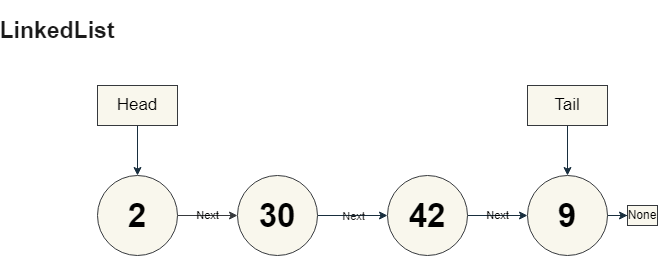
This is structures/linked_list.drawio.png from Burakherdogan/data_structures_and_algorithms, a draw.io export, as it was before one commit. Source tidied: cells renumbered, new cells last; positions are measured from the earlier drawing's top-left corner, leaving out a move shared by most shapes.
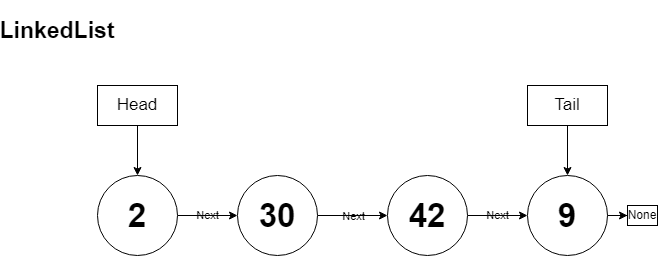
The same diagram one commit later.

The edit, as a diff of the source:
```diff
@@ -1,50 +1,50 @@
-<mxGraphModel background="#ffffff">
+<mxGraphModel>
   <root>
     <mxCell id="0" />
     <mxCell id="1" parent="0" />
-    <mxCell id="2" value="Next" style="edgeStyle=orthogonalEdgeStyle;rounded=0;jettySize=auto;html=1;labelBackgroundColor=none;strokeColor=#36393d;fontColor=default;fillColor=#cdeb8b;" parent="1" edge="1" source="3" target="6">
+    <mxCell id="2" value="Next" style="edgeStyle=orthogonalEdgeStyle;rounded=0;jettySize=auto;html=1;labelBackgroundColor=none;fontColor=default;" parent="1" edge="1" source="3" target="6">
       <mxGeometry relative="1" as="geometry" />
     </mxCell>
-    <mxCell id="3" value="&lt;b&gt;&lt;font style=&quot;font-size: 33px;&quot;&gt;2&lt;/font&gt;&lt;/b&gt;" style="ellipse;whiteSpace=wrap;html=1;fillColor=#f9f7ed;strokeColor=#36393d;labelBackgroundColor=none;" parent="1" vertex="1">
+    <mxCell id="3" value="&lt;b&gt;&lt;font style=&quot;font-size: 33px;&quot;&gt;2&lt;/font&gt;&lt;/b&gt;" style="ellipse;whiteSpace=wrap;html=1;labelBackgroundColor=none;" parent="1" vertex="1">
       <mxGeometry x="70" y="160" width="80" height="80" as="geometry" />
     </mxCell>
-    <mxCell id="4" style="edgeStyle=orthogonalEdgeStyle;rounded=0;jettySize=auto;html=1;labelBackgroundColor=none;strokeColor=#182E3E;fontColor=default;" parent="1" edge="1" source="6" target="8">
+    <mxCell id="4" style="edgeStyle=orthogonalEdgeStyle;rounded=0;jettySize=auto;html=1;labelBackgroundColor=none;fontColor=default;" parent="1" edge="1" source="6" target="8">
       <mxGeometry relative="1" as="geometry" />
     </mxCell>
-    <mxCell id="5" value="Next" style="edgeLabel;html=1;align=center;verticalAlign=middle;labelBackgroundColor=none;fontColor=#1A1A1A;" parent="4" vertex="1">
+    <mxCell id="5" value="Next" style="edgeLabel;html=1;align=center;verticalAlign=middle;labelBackgroundColor=none;" parent="4" vertex="1">
       <mxGeometry relative="1" as="geometry" />
     </mxCell>
-    <mxCell id="6" value="&lt;b&gt;&lt;font style=&quot;font-size: 33px;&quot;&gt;30&lt;/font&gt;&lt;/b&gt;" style="ellipse;whiteSpace=wrap;html=1;fillColor=#f9f7ed;strokeColor=#36393d;labelBackgroundColor=none;" parent="1" vertex="1">
+    <mxCell id="6" value="&lt;b&gt;&lt;font style=&quot;font-size: 33px;&quot;&gt;30&lt;/font&gt;&lt;/b&gt;" style="ellipse;whiteSpace=wrap;html=1;labelBackgroundColor=none;" parent="1" vertex="1">
       <mxGeometry x="210" y="160" width="80" height="80" as="geometry" />
     </mxCell>
-    <mxCell id="7" value="Next" style="edgeStyle=orthogonalEdgeStyle;rounded=0;jettySize=auto;html=1;labelBackgroundColor=none;strokeColor=#182E3E;fontColor=default;" parent="1" edge="1" source="8" target="10">
+    <mxCell id="7" value="Next" style="edgeStyle=orthogonalEdgeStyle;rounded=0;jettySize=auto;html=1;labelBackgroundColor=none;fontColor=default;" parent="1" edge="1" source="8" target="10">
       <mxGeometry relative="1" as="geometry" />
     </mxCell>
-    <mxCell id="8" value="&lt;b&gt;&lt;font style=&quot;font-size: 33px;&quot;&gt;42&lt;/font&gt;&lt;/b&gt;" style="ellipse;whiteSpace=wrap;html=1;fillColor=#f9f7ed;strokeColor=#36393d;labelBackgroundColor=none;" parent="1" vertex="1">
+    <mxCell id="8" value="&lt;b&gt;&lt;font style=&quot;font-size: 33px;&quot;&gt;42&lt;/font&gt;&lt;/b&gt;" style="ellipse;whiteSpace=wrap;html=1;labelBackgroundColor=none;" parent="1" vertex="1">
       <mxGeometry x="360" y="160" width="80" height="80" as="geometry" />
     </mxCell>
-    <mxCell id="9" style="edgeStyle=orthogonalEdgeStyle;rounded=0;jettySize=auto;html=1;labelBackgroundColor=none;strokeColor=#182E3E;fontColor=default;" parent="1" edge="1" source="10" target="13">
+    <mxCell id="9" style="edgeStyle=orthogonalEdgeStyle;rounded=0;jettySize=auto;html=1;labelBackgroundColor=none;fontColor=default;" parent="1" edge="1" source="10" target="13">
       <mxGeometry relative="1" as="geometry" />
     </mxCell>
-    <mxCell id="10" value="&lt;span style=&quot;font-size: 33px;&quot;&gt;&lt;b&gt;9&lt;/b&gt;&lt;/span&gt;" style="ellipse;whiteSpace=wrap;html=1;fillColor=#f9f7ed;strokeColor=#36393d;labelBackgroundColor=none;" parent="1" vertex="1">
+    <mxCell id="10" value="&lt;span style=&quot;font-size: 33px;&quot;&gt;&lt;b&gt;9&lt;/b&gt;&lt;/span&gt;" style="ellipse;whiteSpace=wrap;html=1;labelBackgroundColor=none;" parent="1" vertex="1">
       <mxGeometry x="500" y="160" width="80" height="80" as="geometry" />
     </mxCell>
-    <mxCell id="11" style="edgeStyle=orthogonalEdgeStyle;rounded=0;jettySize=auto;html=1;labelBackgroundColor=none;strokeColor=#182E3E;fontColor=default;" parent="1" edge="1" source="12" target="3">
+    <mxCell id="11" style="edgeStyle=orthogonalEdgeStyle;rounded=0;jettySize=auto;html=1;labelBackgroundColor=none;fontColor=default;" parent="1" edge="1" source="12" target="3">
       <mxGeometry relative="1" as="geometry" />
     </mxCell>
-    <mxCell id="12" value="&lt;font style=&quot;font-size: 17px;&quot;&gt;Head&lt;/font&gt;" style="rounded=0;whiteSpace=wrap;html=1;labelBackgroundColor=none;fillColor=#f9f7ed;strokeColor=#36393d;" parent="1" vertex="1">
+    <mxCell id="12" value="&lt;font style=&quot;font-size: 17px;&quot;&gt;Head&lt;/font&gt;" style="rounded=0;whiteSpace=wrap;html=1;labelBackgroundColor=none;" parent="1" vertex="1">
       <mxGeometry x="70" y="70" width="80" height="40" as="geometry" />
     </mxCell>
-    <mxCell id="13" value="None" style="whiteSpace=wrap;html=1;fillColor=#f9f7ed;strokeColor=#36393d;labelBackgroundColor=none;" parent="1" vertex="1">
+    <mxCell id="13" value="None" style="whiteSpace=wrap;html=1;labelBackgroundColor=none;" parent="1" vertex="1">
       <mxGeometry x="600" y="190" width="30" height="20" as="geometry" />
     </mxCell>
-    <mxCell id="14" style="edgeStyle=orthogonalEdgeStyle;rounded=0;jettySize=auto;html=1;labelBackgroundColor=none;strokeColor=#182E3E;fontColor=default;" parent="1" edge="1" source="15" target="10">
+    <mxCell id="14" style="edgeStyle=orthogonalEdgeStyle;rounded=0;jettySize=auto;html=1;labelBackgroundColor=none;fontColor=default;" parent="1" edge="1" source="15" target="10">
       <mxGeometry relative="1" as="geometry" />
     </mxCell>
-    <mxCell id="15" value="&lt;font style=&quot;font-size: 17px;&quot;&gt;Tail&lt;/font&gt;" style="rounded=0;whiteSpace=wrap;html=1;labelBackgroundColor=none;fillColor=#f9f7ed;strokeColor=#36393d;" parent="1" vertex="1">
+    <mxCell id="15" value="&lt;font style=&quot;font-size: 17px;&quot;&gt;Tail&lt;/font&gt;" style="rounded=0;whiteSpace=wrap;html=1;labelBackgroundColor=none;" parent="1" vertex="1">
       <mxGeometry x="500" y="70" width="80" height="40" as="geometry" />
     </mxCell>
-    <mxCell id="16" value="&lt;h1&gt;&lt;font face=&quot;Helvetica&quot; style=&quot;font-size: 23px;&quot;&gt;LinkedList&lt;/font&gt;&lt;/h1&gt;" style="text;html=1;strokeColor=none;fillColor=none;align=center;verticalAlign=middle;whiteSpace=wrap;rounded=0;fontColor=#1A1A1A;" parent="1" vertex="1">
+    <mxCell id="16" value="&lt;h1&gt;&lt;font face=&quot;Helvetica&quot; style=&quot;font-size: 23px;&quot;&gt;LinkedList&lt;/font&gt;&lt;/h1&gt;" style="text;html=1;strokeColor=none;fillColor=none;align=center;verticalAlign=middle;whiteSpace=wrap;rounded=0;labelBackgroundColor=none;" parent="1" vertex="1">
       <mxGeometry width="60" height="30" as="geometry" />
     </mxCell>
   </root>
```
